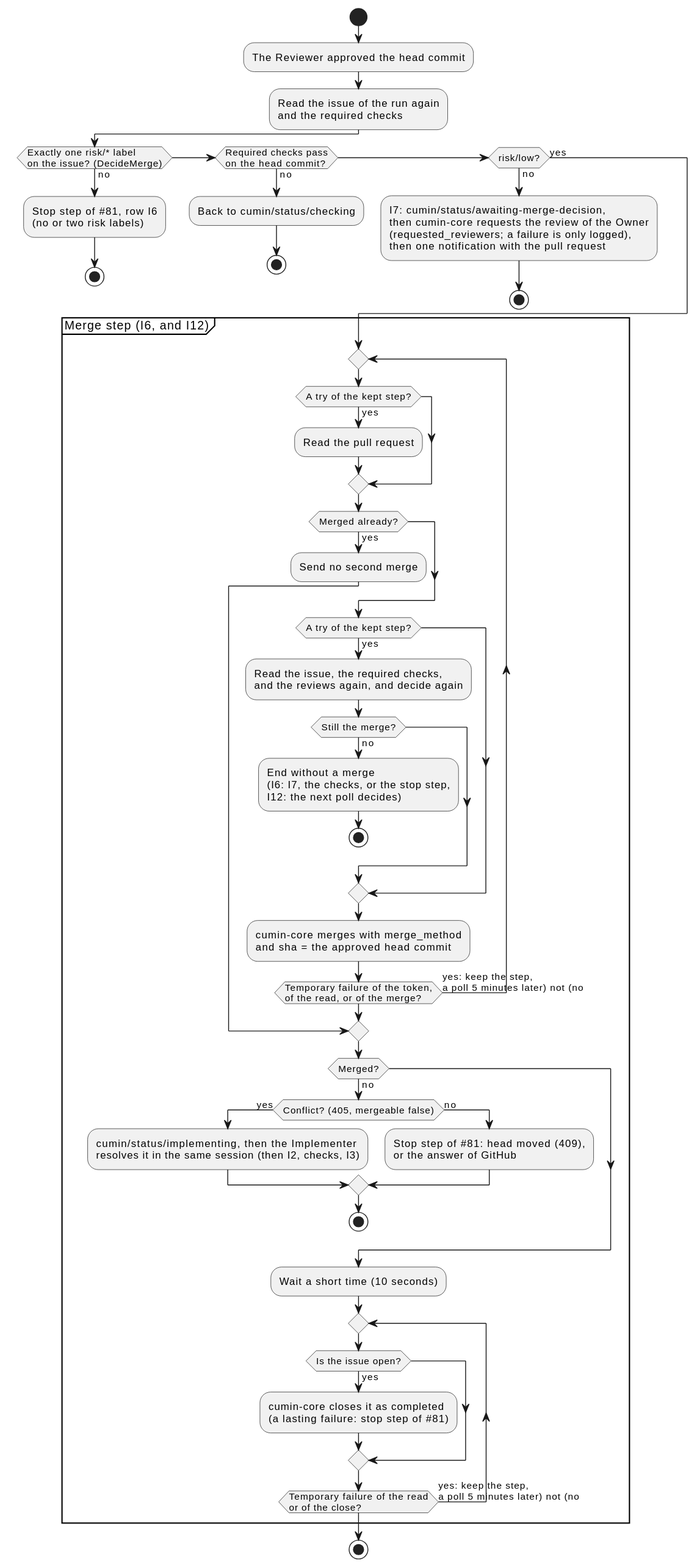
The PlantUML diagram docs/ja/designs/poll-merge.svg in cloveclovedev/cumin-works, before a commit.
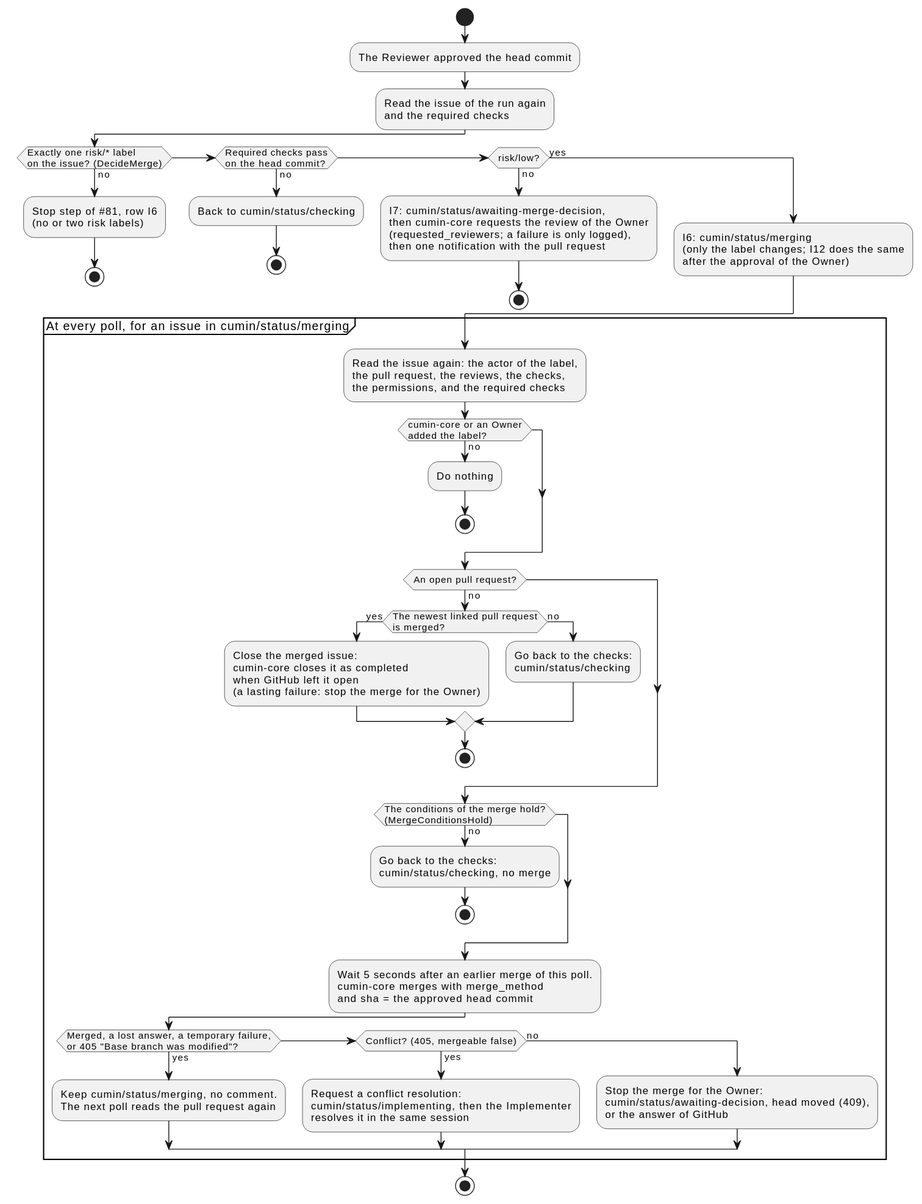
After the commit.

Change to the diagram source:
```diff
@@ -22,50 +22,54 @@
   then one notification with the pull request;
   stop
 else (yes)
+  :I6: cumin/status/merging
+  (only the label changes; I12 does the same
+  after the approval of the Owner);
 endif
-partition "Merge step (I6, and I12)" {
-  repeat
-    if (A try of the kept step?) then (yes)
-      :Read the pull request;
-    endif
-    if (Merged already?) then (yes)
-      :Send no second merge;
-      break
-    endif
-    if (A try of the kept step?) then (yes)
-      :Read the issue, the required checks,
-      and the reviews again, and decide again;
-      if (Still the merge?) then (no)
-        :End without a merge
-        (I6: I7, the checks, or the stop step,
-        I12: the next poll decides);
-        stop
-      endif
-    endif
-    :cumin-core merges with merge_method
-    and sha = the approved head commit;
-  repeat while (Temporary failure of the token,
-of the read, or of the merge?) is (yes: keep the step,
-a poll 5 minutes later) not (no)
-  if (Merged?) then (no)
-    if (Conflict? (405, mergeable false)) then (yes)
-      :cumin/status/implementing, then the Implementer
-      resolves it in the same session (then I2, checks, I3);
+partition "At every poll, for an issue in cumin/status/merging" {
+  :Read the issue again: the actor of the label,
+  the pull request, the reviews, the checks,
+  the permissions, and the required checks;
+  if (cumin-core or an Owner
+added the label?) then (no)
+    :Do nothing;
+    stop
+  endif
+  if (An open pull request?) then (no)
+    if (The newest linked pull request
+is merged?) then (yes)
+      :Close the merged issue:
+      cumin-core closes it as completed
+      when GitHub left it open
+      (a lasting failure: stop the merge for the Owner);
     else (no)
-      :Stop step of #81: head moved (409),
-      or the answer of GitHub;
+      :Go back to the checks:
+      cumin/status/checking;
     endif
     stop
   endif
-  :Wait a short time (10 seconds);
-  repeat
-    if (Is the issue open?) then (yes)
-      :cumin-core closes it as completed
-      (a lasting failure: stop step of #81);
-    endif
-  repeat while (Temporary failure of the read
-or of the close?) is (yes: keep the step,
-a poll 5 minutes later) not (no)
+  if (The conditions of the merge hold?
+(MergeConditionsHold)) then (no)
+    :Go back to the checks:
+    cumin/status/checking, no merge;
+    stop
+  endif
+  :Wait 5 seconds after an earlier merge of this poll.
+  cumin-core merges with merge_method
+  and sha = the approved head commit;
+  if (Merged, a lost answer, a temporary failure,
+or 405 "Base branch was modified"?) then (yes)
+    :Keep cumin/status/merging, no comment.
+    The next poll reads the pull request again;
+  elseif (Conflict? (405, mergeable false)) then (yes)
+    :Request a conflict resolution:
+    cumin/status/implementing, then the Implementer
+    resolves it in the same session;
+  else (no)
+    :Stop the merge for the Owner:
+    cumin/status/awaiting-decision, head moved (409),
+    or the answer of GitHub;
+  endif
 }
 stop
 @enduml
```
